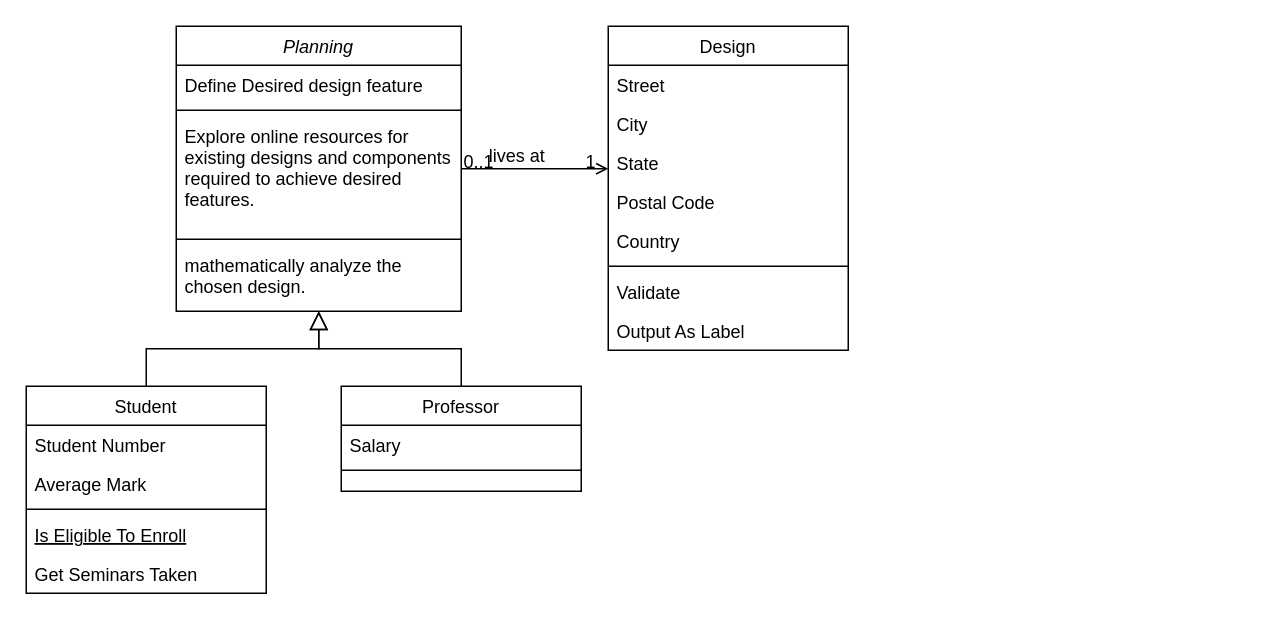
Above: FlowCHarts/Untitled Diagram.drawio in hayone1/FinalYearProject (draw.io), before the change. Source tidied: cells renumbered, new cells numbered last; positions are measured from the earlier drawing's top-left corner, leaving out a move shared by most shapes. Both pictures are drawn from the tidied source at 150%, with x=0, y=0 at pixel (26, 26).
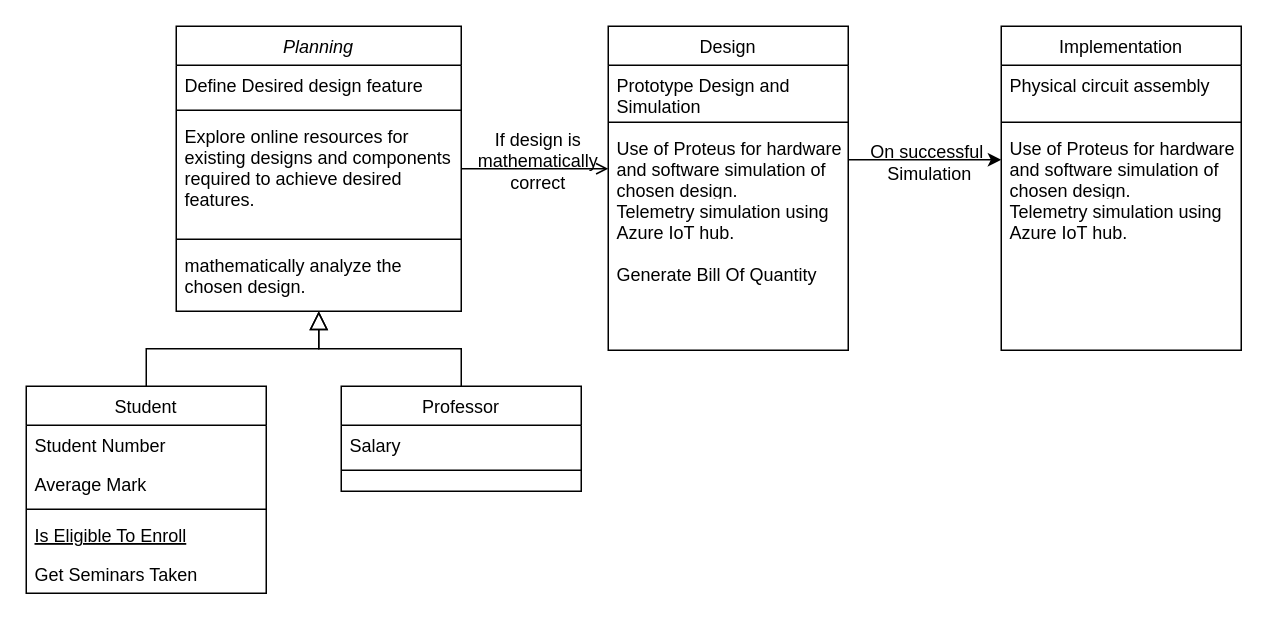
The same diagram, later.

The change refers to these unchanged cells:
```xml
<mxCell id="19" value="Design" style="swimlane;fontStyle=0;align=center;verticalAlign=top;horizontal=1;startSize=26;rounded=0;shadow=0;strokeWidth=1;" parent="1" vertex="1">
  <mxGeometry x="388" width="160" height="216" as="geometry" />
</mxCell>
<mxCell id="28" style="endArrow=open;shadow=0;strokeWidth=1;rounded=0;endFill=1;edgeStyle=elbowEdgeStyle;elbow=vertical;" parent="1" edge="1" source="2" target="19">
  <mxGeometry x="0.5" y="41" relative="1" as="geometry">
    <mxPoint x="-40" y="32" as="offset" />
  </mxGeometry>
</mxCell>
```

What changed in the source:
```diff
@@
-    <mxCell id="20" value="Street" style="text;align=left;verticalAlign=top;spacingLeft=4;spacingRight=4;overflow=hidden;" parent="19" vertex="1">
-      <mxGeometry y="26" width="160" height="26" as="geometry" />
+    <mxCell id="20" value="Prototype Design and &#10;Simulation" style="text;align=left;verticalAlign=top;spacingLeft=4;spacingRight=4;overflow=hidden;" parent="19" vertex="1">
+      <mxGeometry y="26" width="160" height="34" as="geometry" />
     </mxCell>
-    <mxCell id="21" value="City" style="text;align=left;verticalAlign=top;spacingLeft=4;spacingRight=4;overflow=hidden;rounded=0;shadow=0;html=0;" parent="19" vertex="1">
-      <mxGeometry y="52" width="160" height="26" as="geometry" />
-    </mxCell>
-    <mxCell id="22" value="State" style="text;align=left;verticalAlign=top;spacingLeft=4;spacingRight=4;overflow=hidden;rounded=0;shadow=0;html=0;" parent="19" vertex="1">
-      <mxGeometry y="78" width="160" height="26" as="geometry" />
-    </mxCell>
-    <mxCell id="23" value="Postal Code" style="text;align=left;verticalAlign=top;spacingLeft=4;spacingRight=4;overflow=hidden;rounded=0;shadow=0;html=0;" parent="19" vertex="1">
-      <mxGeometry y="104" width="160" height="26" as="geometry" />
-    </mxCell>
-    <mxCell id="24" value="Country" style="text;align=left;verticalAlign=top;spacingLeft=4;spacingRight=4;overflow=hidden;rounded=0;shadow=0;html=0;" parent="19" vertex="1">
-      <mxGeometry y="130" width="160" height="26" as="geometry" />
-    </mxCell>
     <mxCell id="25" style="line;html=1;strokeWidth=1;align=left;verticalAlign=middle;spacingTop=-1;spacingLeft=3;spacingRight=3;labelPosition=right;" parent="19" vertex="1">
-      <mxGeometry y="156" width="160" height="8" as="geometry" />
+      <mxGeometry y="60" width="160" height="8" as="geometry" />
     </mxCell>
-    <mxCell id="26" value="Validate" style="text;align=left;verticalAlign=top;spacingLeft=4;spacingRight=4;overflow=hidden;points=[[0,0.5],[1,0.5]];portConstraint=eastwest;" parent="19" vertex="1">
-      <mxGeometry y="164" width="160" height="26" as="geometry" />
+    <mxCell id="26" value="Use of Proteus for hardware&#10;and software simulation of &#10;chosen design." style="text;align=left;verticalAlign=top;spacingLeft=4;spacingRight=4;overflow=hidden;points=[[0,0.5],[1,0.5]];portConstraint=eastwest;" parent="19" vertex="1">
+      <mxGeometry y="68" width="160" height="42" as="geometry" />
     </mxCell>
-    <mxCell id="27" value="Output As Label" style="text;align=left;verticalAlign=top;spacingLeft=4;spacingRight=4;overflow=hidden;" parent="19" vertex="1">
-      <mxGeometry y="190" width="160" height="26" as="geometry" />
-    </mxCell>
+    <mxCell id="32" value="Telemetry simulation using &#10;Azure IoT hub." style="text;align=left;verticalAlign=top;spacingLeft=4;spacingRight=4;overflow=hidden;" parent="19" vertex="1">
+      <mxGeometry y="110" width="160" height="42" as="geometry" />
+    </mxCell>
+    <mxCell id="33" value="Generate Bill Of Quantity" style="text;align=left;verticalAlign=top;spacingLeft=4;spacingRight=4;overflow=hidden;" parent="19" vertex="1">
+      <mxGeometry y="152" width="160" height="42" as="geometry" />
+    </mxCell>
@@
-    <mxCell id="29" value="0..1" style="align=left;verticalAlign=bottom;labelBackgroundColor=none;fontSize=12;" parent="28" vertex="1">
-      <mxGeometry x="-1" relative="1" as="geometry">
-        <mxPoint y="4" as="offset" />
-      </mxGeometry>
-    </mxCell>
-    <mxCell id="30" value="1" style="align=right;verticalAlign=bottom;labelBackgroundColor=none;fontSize=12;" parent="28" vertex="1">
-      <mxGeometry x="1" relative="1" as="geometry">
-        <mxPoint x="-7" y="4" as="offset" />
-      </mxGeometry>
-    </mxCell>
-    <mxCell id="31" value="lives at" style="text;html=1;align=center;verticalAlign=middle;labelBackgroundColor=none;rounded=0;shadow=0;strokeWidth=1;fontSize=12;" parent="28" vertex="1">
+    <mxCell id="31" value="If design is &lt;br&gt;mathematically &lt;br&gt;correct" style="text;html=1;align=center;verticalAlign=middle;labelBackgroundColor=none;rounded=0;shadow=0;strokeWidth=1;fontSize=12;" parent="28" vertex="1">
       <mxGeometry x="0.5" y="49" relative="1" as="geometry">
-        <mxPoint x="-38" y="40" as="offset" />
+        <mxPoint x="-24" y="43" as="offset" />
       </mxGeometry>
     </mxCell>
+    <mxCell id="34" value="On successful&amp;nbsp;&lt;br&gt;Simulation" style="text;html=1;align=center;verticalAlign=middle;labelBackgroundColor=none;rounded=0;shadow=0;strokeWidth=1;fontSize=12;" parent="28" vertex="1">
+      <mxGeometry x="0.5" y="49" relative="1" as="geometry">
+        <mxPoint x="237" y="44" as="offset" />
+      </mxGeometry>
+    </mxCell>
+    <mxCell id="35" style="edgeStyle=orthogonalEdgeStyle;rounded=0;jettySize=auto;html=1;entryX=0;entryY=0.5;entryDx=0;entryDy=0;" parent="1" edge="1" source="26" target="39">
+      <mxGeometry relative="1" as="geometry" />
+    </mxCell>
+    <mxCell id="36" value="Implementation" style="swimlane;fontStyle=0;align=center;verticalAlign=top;horizontal=1;startSize=26;rounded=0;shadow=0;strokeWidth=1;" parent="1" vertex="1">
+      <mxGeometry x="650" width="160" height="216" as="geometry" />
+    </mxCell>
+    <mxCell id="37" value="Physical circuit assembly" style="text;align=left;verticalAlign=top;spacingLeft=4;spacingRight=4;overflow=hidden;" parent="36" vertex="1">
+      <mxGeometry y="26" width="160" height="34" as="geometry" />
+    </mxCell>
+    <mxCell id="38" style="line;html=1;strokeWidth=1;align=left;verticalAlign=middle;spacingTop=-1;spacingLeft=3;spacingRight=3;labelPosition=right;" parent="36" vertex="1">
+      <mxGeometry y="60" width="160" height="8" as="geometry" />
+    </mxCell>
+    <mxCell id="39" value="Use of Proteus for hardware&#10;and software simulation of &#10;chosen design." style="text;align=left;verticalAlign=top;spacingLeft=4;spacingRight=4;overflow=hidden;points=[[0,0.5],[1,0.5]];portConstraint=eastwest;" parent="36" vertex="1">
+      <mxGeometry y="68" width="160" height="42" as="geometry" />
+    </mxCell>
+    <mxCell id="40" value="Telemetry simulation using &#10;Azure IoT hub." style="text;align=left;verticalAlign=top;spacingLeft=4;spacingRight=4;overflow=hidden;" parent="36" vertex="1">
+      <mxGeometry y="110" width="160" height="42" as="geometry" />
+    </mxCell>
```
